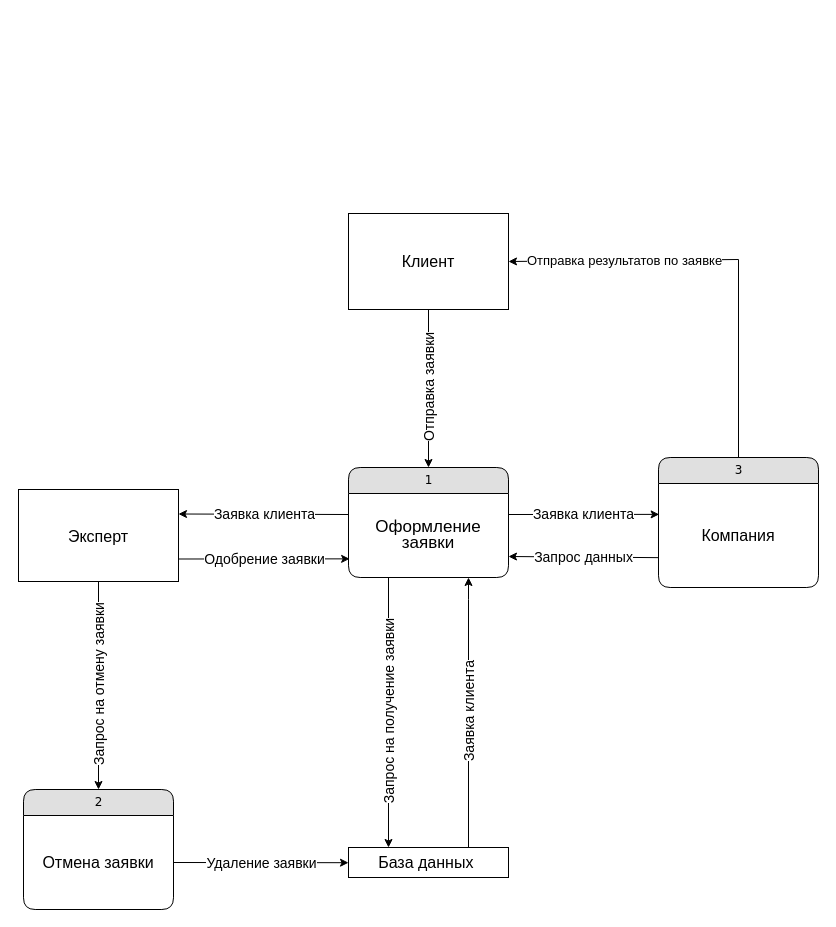
Earlier version of the draw.io diagram Data_flow_diagram.drawio (Progragor1/blablba). Source tidied: cells renumbered, new cells numbered last; positions are measured from the earlier drawing's top-left corner, leaving out a move shared by most shapes. Both pictures are drawn from the tidied source at 100%, with x=0, y=0 at pixel (18, 213).
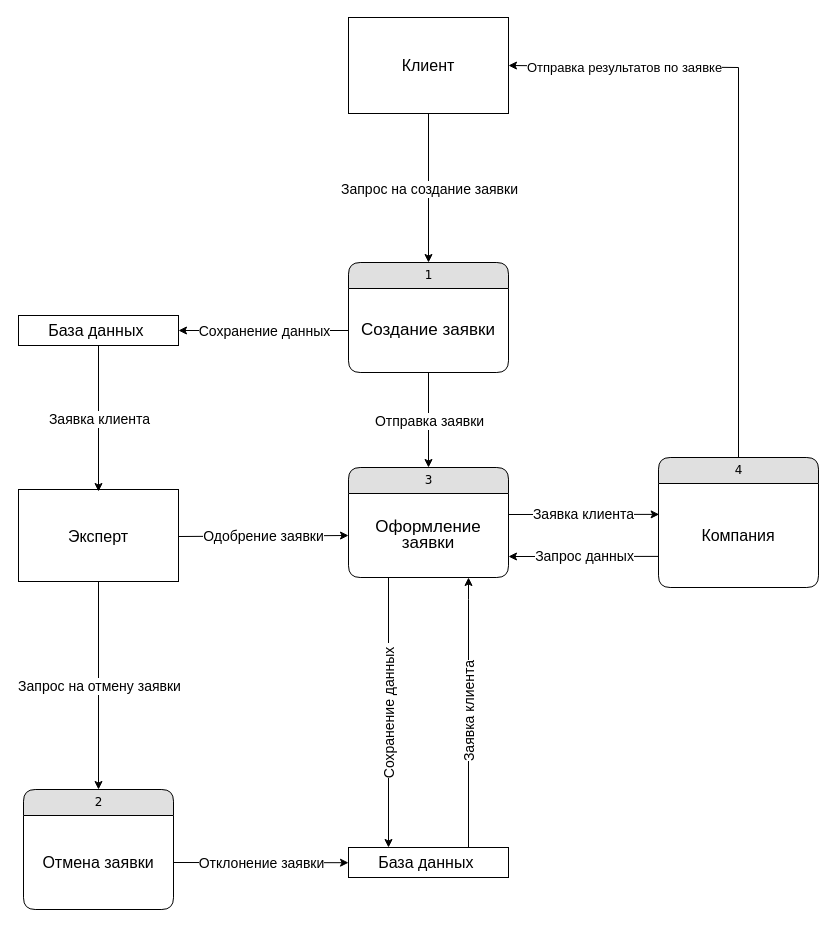
After the change.

The change refers to these unchanged cells:
```xml
<mxCell id="3" value="&lt;font style=&quot;font-size: 16px;&quot;&gt;Компания&lt;/font&gt;" style="text;html=1;strokeColor=none;fillColor=none;align=center;verticalAlign=middle;whiteSpace=wrap;rounded=0;" parent="2" vertex="1">
  <mxGeometry y="26" width="160" height="104" as="geometry" />
</mxCell>
<mxCell id="5" value="&lt;p style=&quot;line-height: 121%;&quot;&gt;&lt;font style=&quot;font-size: 17px;&quot;&gt;Оформление заявки&lt;/font&gt;&lt;/p&gt;" style="text;html=1;strokeColor=none;fillColor=none;align=center;verticalAlign=middle;whiteSpace=wrap;rounded=0;strokeWidth=1;" parent="4" vertex="1">
  <mxGeometry y="26" width="160" height="84" as="geometry" />
</mxCell>
<mxCell id="12" style="endArrow=classic;html=1;rounded=0;exitX=0.25;exitY=1;exitDx=0;exitDy=0;entryX=0.25;entryY=0;entryDx=0;entryDy=0;" parent="1" edge="1" source="5" target="15">
  <mxGeometry relative="1" as="geometry" />
</mxCell>
<mxCell id="19" value="&lt;font style=&quot;font-size: 16px;&quot;&gt;Эксперт&lt;/font&gt;" style="text;html=1;strokeColor=none;fillColor=none;align=center;verticalAlign=middle;whiteSpace=wrap;rounded=0;" parent="1" vertex="1">
  <mxGeometry y="278" width="160" height="90" as="geometry" />
</mxCell>
<mxCell id="20" style="endArrow=classic;html=1;rounded=0;exitX=1;exitY=0.5;exitDx=0;exitDy=0;entryX=0;entryY=0.507;entryDx=0;entryDy=0;entryPerimeter=0;" parent="1" edge="1" source="7" target="15">
  <mxGeometry relative="1" as="geometry" />
</mxCell>
<mxCell id="29" style="endArrow=classic;html=1;rounded=0;exitX=0.5;exitY=1;exitDx=0;exitDy=0;entryX=0.5;entryY=0;entryDx=0;entryDy=0;" parent="1" edge="1" source="18" target="6">
  <mxGeometry relative="1" as="geometry" />
</mxCell>
```

What changed in the source:
```diff
@@
-    <mxCell id="2" value="3" style="swimlane;html=1;fontStyle=0;horizontal=1;startSize=26;fillColor=#e0e0e0;swimlaneFillColor=#ffffff;align=center;rounded=1;shadow=0;comic=0;labelBackgroundColor=none;strokeWidth=1;fontFamily=Verdana;fontSize=12;" parent="1" vertex="1">
+    <mxCell id="2" value="4" style="swimlane;html=1;fontStyle=0;horizontal=1;startSize=26;fillColor=#e0e0e0;swimlaneFillColor=#ffffff;align=center;rounded=1;shadow=0;comic=0;labelBackgroundColor=none;strokeWidth=1;fontFamily=Verdana;fontSize=12;" parent="1" vertex="1">
       <mxGeometry x="640" y="244" width="160" height="130" as="geometry" />
     </mxCell>
@@
-    <mxCell id="4" value="1" style="swimlane;html=1;fontStyle=0;horizontal=1;startSize=26;fillColor=#e0e0e0;swimlaneFillColor=#ffffff;align=center;rounded=1;shadow=0;comic=0;labelBackgroundColor=none;strokeWidth=1;fontFamily=Verdana;fontSize=12;" parent="1" vertex="1">
+    <mxCell id="4" value="3" style="swimlane;html=1;fontStyle=0;horizontal=1;startSize=26;fillColor=#e0e0e0;swimlaneFillColor=#ffffff;align=center;rounded=1;shadow=0;comic=0;labelBackgroundColor=none;strokeWidth=1;fontFamily=Verdana;fontSize=12;" parent="1" vertex="1">
       <mxGeometry x="330" y="254" width="160" height="110" as="geometry" />
     </mxCell>
@@
     <mxCell id="8" style="rounded=0;whiteSpace=wrap;html=1;" parent="1" vertex="1">
-      <mxGeometry x="330" width="160" height="96" as="geometry" />
+      <mxGeometry x="330" y="-196" width="160" height="96" as="geometry" />
     </mxCell>
     <mxCell id="9" value="&lt;font style=&quot;font-size: 16px;&quot;&gt;Клиент&lt;/font&gt;" style="text;html=1;strokeColor=none;fillColor=none;align=center;verticalAlign=middle;whiteSpace=wrap;rounded=0;fontSize=16;" parent="1" vertex="1">
-      <mxGeometry x="380" y="33" width="60" height="30" as="geometry" />
+      <mxGeometry x="380" y="-163" width="60" height="30" as="geometry" />
     </mxCell>
-    <mxCell id="10" style="endArrow=classic;html=1;rounded=0;entryX=0.5;entryY=0;entryDx=0;entryDy=0;exitX=0.5;exitY=1;exitDx=0;exitDy=0;" parent="1" edge="1" source="8" target="4">
+    <mxCell id="10" style="endArrow=classic;html=1;rounded=0;entryX=0.5;entryY=0;entryDx=0;entryDy=0;exitX=0.5;exitY=1;exitDx=0;exitDy=0;" parent="1" edge="1" source="36" target="4">
       <mxGeometry relative="1" as="geometry" />
     </mxCell>
-    <mxCell id="11" value="Отправка заявки" style="edgeLabel;html=1;align=center;verticalAlign=middle;rotation=270;fontSize=14;" parent="10" vertex="1">
+    <mxCell id="11" value="Отправка заявки" style="edgeLabel;html=1;align=center;verticalAlign=middle;rotation=0;fontSize=14;" parent="10" vertex="1">
       <mxGeometry relative="1" as="geometry" />
     </mxCell>
@@
-    <mxCell id="13" value="Запрос на получение заявки" style="edgeLabel;html=1;align=center;verticalAlign=middle;rotation=270;fontSize=14;" parent="12" vertex="1">
+    <mxCell id="13" value="Сохранение данных&amp;nbsp;" style="edgeLabel;html=1;align=center;verticalAlign=middle;rotation=270;fontSize=14;" parent="12" vertex="1">
       <mxGeometry relative="1" as="geometry" />
     </mxCell>
@@
-    <mxCell id="21" value="Удаление заявки" style="edgeLabel;html=1;align=center;verticalAlign=middle;fontSize=14;" parent="20" vertex="1">
+    <mxCell id="21" value="Отклонение заявки" style="edgeLabel;html=1;align=center;verticalAlign=middle;fontSize=14;" parent="20" vertex="1">
       <mxGeometry relative="1" as="geometry" />
     </mxCell>
@@
     <mxCell id="24" style="endArrow=classic;html=1;rounded=0;entryX=1;entryY=0.5;entryDx=0;entryDy=0;" parent="1" edge="1" target="8">
       <mxGeometry relative="1" as="geometry">
-        <mxPoint x="720" y="46" as="sourcePoint" />
+        <mxPoint x="720" y="-146" as="sourcePoint" />
       </mxGeometry>
     </mxCell>
@@
     <mxCell id="26" style="endArrow=none;html=1;rounded=0;entryX=0.5;entryY=0;entryDx=0;entryDy=0;" parent="1" edge="1" target="2">
       <mxGeometry relative="1" as="geometry">
-        <mxPoint x="720" y="46" as="sourcePoint" />
+        <mxPoint x="720" y="-146" as="sourcePoint" />
       </mxGeometry>
     </mxCell>
-    <mxCell id="27" style="endArrow=classic;html=1;rounded=0;exitX=-0.003;exitY=0.713;exitDx=0;exitDy=0;entryX=1;entryY=0.75;entryDx=0;entryDy=0;exitPerimeter=0;" parent="1" edge="1" source="3" target="5">
+    <mxCell id="27" style="endArrow=classic;html=1;rounded=0;exitX=0;exitY=0.701;exitDx=0;exitDy=0;entryX=1;entryY=0.75;entryDx=0;entryDy=0;exitPerimeter=0;" parent="1" edge="1" source="3" target="5">
       <mxGeometry relative="1" as="geometry" />
     </mxCell>
@@
-    <mxCell id="30" value="&lt;font style=&quot;font-size: 14px;&quot;&gt;Запрос на отмену заявки&lt;/font&gt;" style="edgeLabel;html=1;align=center;verticalAlign=middle;rotation=270;" parent="29" vertex="1">
+    <mxCell id="30" value="&lt;font style=&quot;font-size: 14px;&quot;&gt;Запрос на отмену заявки&lt;/font&gt;" style="edgeLabel;html=1;align=center;verticalAlign=middle;rotation=0;" parent="29" vertex="1">
       <mxGeometry relative="1" as="geometry" />
     </mxCell>
-    <mxCell id="31" style="endArrow=classic;html=1;rounded=0;entryX=0.007;entryY=0.778;entryDx=0;entryDy=0;exitX=1;exitY=0.75;exitDx=0;exitDy=0;entryPerimeter=0;" parent="1" edge="1" source="19" target="5">
+    <mxCell id="31" style="endArrow=classic;html=1;rounded=0;entryX=0;entryY=0.5;entryDx=0;entryDy=0;exitX=1;exitY=0.5;exitDx=0;exitDy=0;" parent="1" edge="1" source="19" target="5">
       <mxGeometry relative="1" as="geometry" />
     </mxCell>
@@
-    <mxCell id="33" style="endArrow=classic;html=1;rounded=0;exitX=0;exitY=0.25;exitDx=0;exitDy=0;entryX=1;entryY=0.25;entryDx=0;entryDy=0;" parent="1" edge="1" source="5" target="19">
+    <mxCell id="33" style="endArrow=classic;html=1;rounded=0;exitX=0.5;exitY=1;exitDx=0;exitDy=0;entryX=0.5;entryY=0;entryDx=0;entryDy=0;" parent="1" edge="1" source="40" target="19">
       <mxGeometry relative="1" as="geometry" />
     </mxCell>
@@
+    <mxCell id="35" value="1" style="swimlane;html=1;fontStyle=0;horizontal=1;startSize=26;fillColor=#e0e0e0;swimlaneFillColor=#ffffff;align=center;rounded=1;shadow=0;comic=0;labelBackgroundColor=none;strokeWidth=1;fontFamily=Verdana;fontSize=12;" parent="1" vertex="1">
+      <mxGeometry x="330" y="49" width="160" height="110" as="geometry" />
+    </mxCell>
+    <mxCell id="36" value="&lt;p style=&quot;line-height: 121%;&quot;&gt;&lt;font style=&quot;font-size: 17px;&quot;&gt;Создание заявки&lt;/font&gt;&lt;/p&gt;" style="text;html=1;strokeColor=none;fillColor=none;align=center;verticalAlign=middle;whiteSpace=wrap;rounded=0;strokeWidth=1;" parent="35" vertex="1">
+      <mxGeometry y="26" width="160" height="84" as="geometry" />
+    </mxCell>
+    <mxCell id="37" style="endArrow=classic;html=1;rounded=0;exitX=0.5;exitY=1;exitDx=0;exitDy=0;" parent="1" edge="1" source="8" target="35">
+      <mxGeometry relative="1" as="geometry" />
+    </mxCell>
+    <mxCell id="38" value="&lt;font style=&quot;font-size: 14px;&quot;&gt;Запрос на создание заявки&lt;/font&gt;" style="edgeLabel;html=1;align=center;verticalAlign=middle;rotation=0;" parent="37" vertex="1">
+      <mxGeometry relative="1" as="geometry" />
+    </mxCell>
+    <mxCell id="39" style="rounded=0;whiteSpace=wrap;html=1;" parent="1" vertex="1">
+      <mxGeometry y="102" width="160" height="30" as="geometry" />
+    </mxCell>
+    <mxCell id="40" value="&lt;font style=&quot;font-size: 16px;&quot;&gt;База данных&amp;nbsp;&lt;/font&gt;" style="text;html=1;strokeColor=none;fillColor=none;align=center;verticalAlign=middle;whiteSpace=wrap;rounded=0;" parent="1" vertex="1">
+      <mxGeometry y="102" width="160" height="30" as="geometry" />
+    </mxCell>
+    <mxCell id="41" style="endArrow=classic;html=1;rounded=0;exitX=0;exitY=0.5;exitDx=0;exitDy=0;entryX=1;entryY=0.5;entryDx=0;entryDy=0;" parent="1" edge="1" source="36" target="40">
+      <mxGeometry relative="1" as="geometry" />
+    </mxCell>
+    <mxCell id="42" value="Сохранение данных" style="edgeLabel;html=1;align=center;verticalAlign=middle;fontSize=14;" parent="41" vertex="1">
+      <mxGeometry relative="1" as="geometry" />
+    </mxCell>
```
